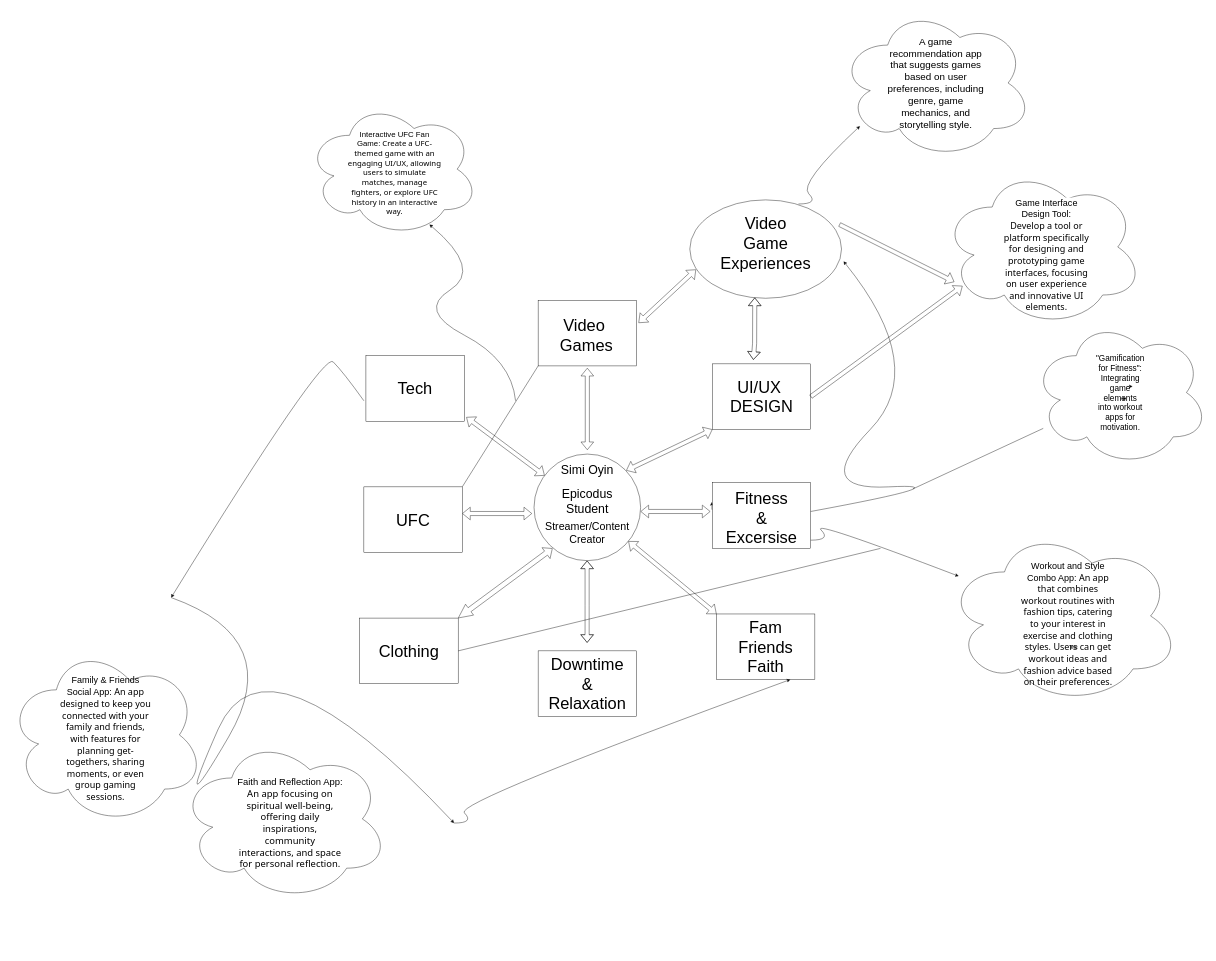
Earlier version of the draw.io diagram Untitled Diagram.drawio (simioyin222/CapstoneProjectIdeaBoard). Source tidied: cells renumbered, new cells numbered last; positions are measured from the earlier drawing's top-left corner, leaving out a move shared by most shapes. Both pictures are drawn from the tidied source at 41%, with x=0, y=0 at pixel (7, 7).
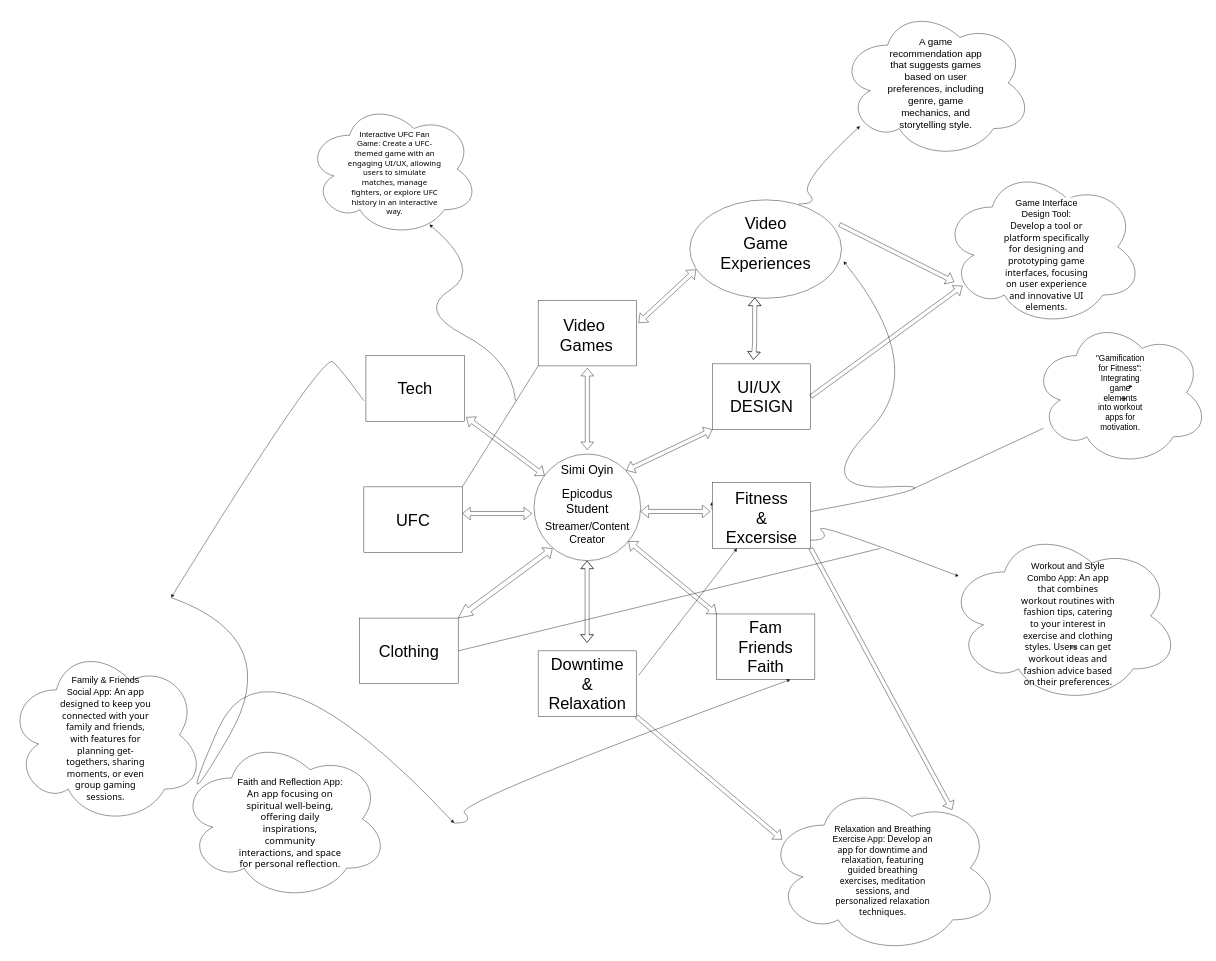
After the change.

Commit message:
relaxtion and breating apps

Unchanged cells that the change refers to:
```xml
<mxCell id="17" style="rounded=0;whiteSpace=wrap;html=1;" parent="1" vertex="1">
  <mxGeometry x="1720" y="1160" width="240" height="160" as="geometry" />
</mxCell>
<mxCell id="19" style="rounded=0;whiteSpace=wrap;html=1;" parent="1" vertex="1">
  <mxGeometry x="1295" y="1570" width="240" height="160" as="geometry" />
</mxCell>
```

Diff of the diagram source:
```diff
@@
+    <mxCell id="64" style="endArrow=classic;html=1;rounded=0;entryX=0.25;entryY=1;entryDx=0;entryDy=0;curved=1;" parent="1" edge="1" target="17">
+      <mxGeometry relative="1" as="geometry">
+        <mxPoint x="1540" y="1630" as="sourcePoint" />
+      </mxGeometry>
+    </mxCell>
+    <mxCell id="65" style="ellipse;shape=cloud;whiteSpace=wrap;html=1;" parent="1" vertex="1">
+      <mxGeometry x="1850" y="1890" width="570" height="420" as="geometry" />
+    </mxCell>
+    <mxCell id="66" style="shape=flexArrow;endArrow=classic;html=1;rounded=0;exitX=1;exitY=1;exitDx=0;exitDy=0;" parent="1" edge="1" source="19">
+      <mxGeometry relative="1" as="geometry">
+        <mxPoint x="1890" y="2030" as="targetPoint" />
+      </mxGeometry>
+    </mxCell>
+    <mxCell id="67" style="shape=flexArrow;endArrow=classic;html=1;rounded=0;entryX=0.798;entryY=0.162;entryDx=0;entryDy=0;entryPerimeter=0;exitX=1;exitY=1;exitDx=0;exitDy=0;" parent="1" edge="1" source="17" target="65">
+      <mxGeometry relative="1" as="geometry" />
+    </mxCell>
+    <mxCell id="68" value="Relaxation and Breathing Exercise App:&lt;span style=&quot;font-family: Söhne, ui-sans-serif, system-ui, -apple-system, &amp;quot;Segoe UI&amp;quot;, Roboto, Ubuntu, Cantarell, &amp;quot;Noto Sans&amp;quot;, sans-serif, &amp;quot;Helvetica Neue&amp;quot;, Arial, &amp;quot;Apple Color Emoji&amp;quot;, &amp;quot;Segoe UI Emoji&amp;quot;, &amp;quot;Segoe UI Symbol&amp;quot;, &amp;quot;Noto Color Emoji&amp;quot;; font-size: 21px; text-align: left;&quot;&gt; Develop an app for downtime and relaxation, featuring guided breathing exercises, meditation sessions, and personalized relaxation techniques.&lt;/span&gt;" style="text;html=1;strokeColor=none;fillColor=none;align=center;verticalAlign=middle;whiteSpace=wrap;rounded=0;fontSize=21;" parent="1" vertex="1">
+      <mxGeometry x="2007.5" y="2090" width="255" height="30" as="geometry" />
+    </mxCell>
```
